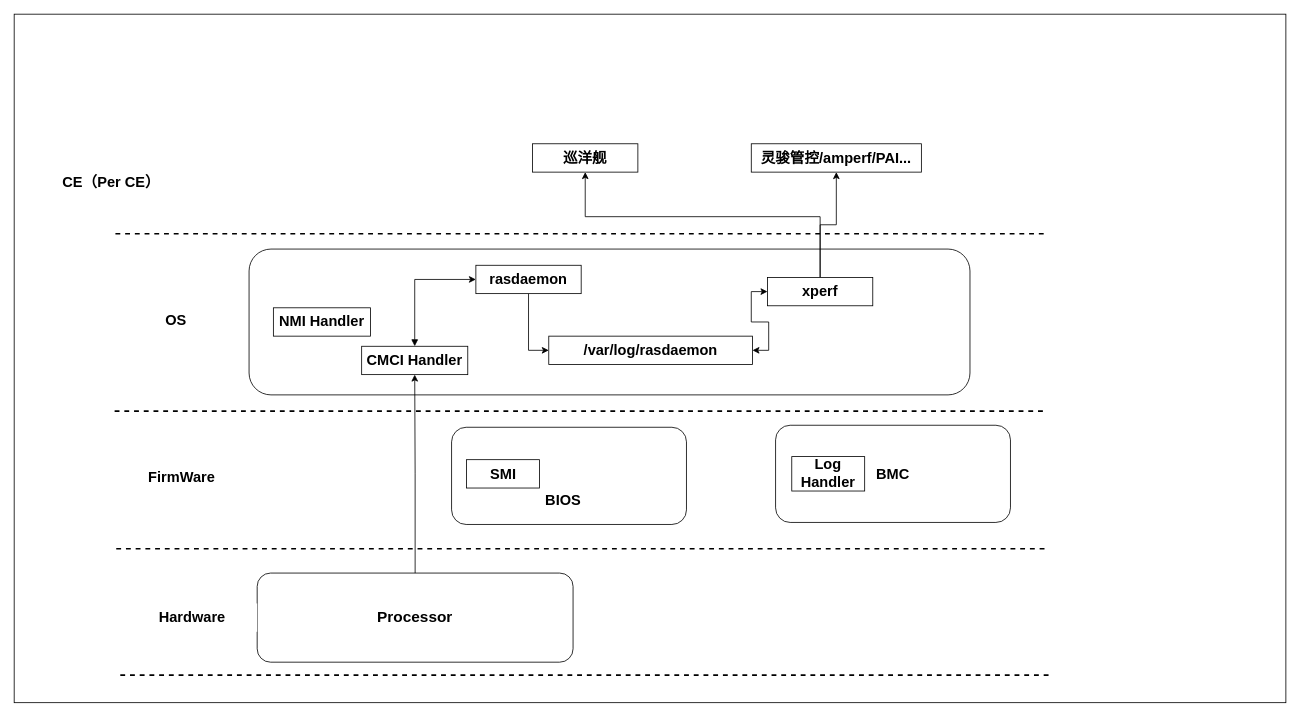
wbzzx-bb/wb-linux keeps this draw.io diagram as page "第 2 页" (2 of 2) of ras.drawio. Above is the earlier version. Source tidied: cells renumbered, new cells numbered last; positions are measured from the earlier drawing's top-left corner, leaving out a move shared by most shapes. Both pictures are drawn from the tidied source at 81%, with x=0, y=0 at pixel (14, 14).
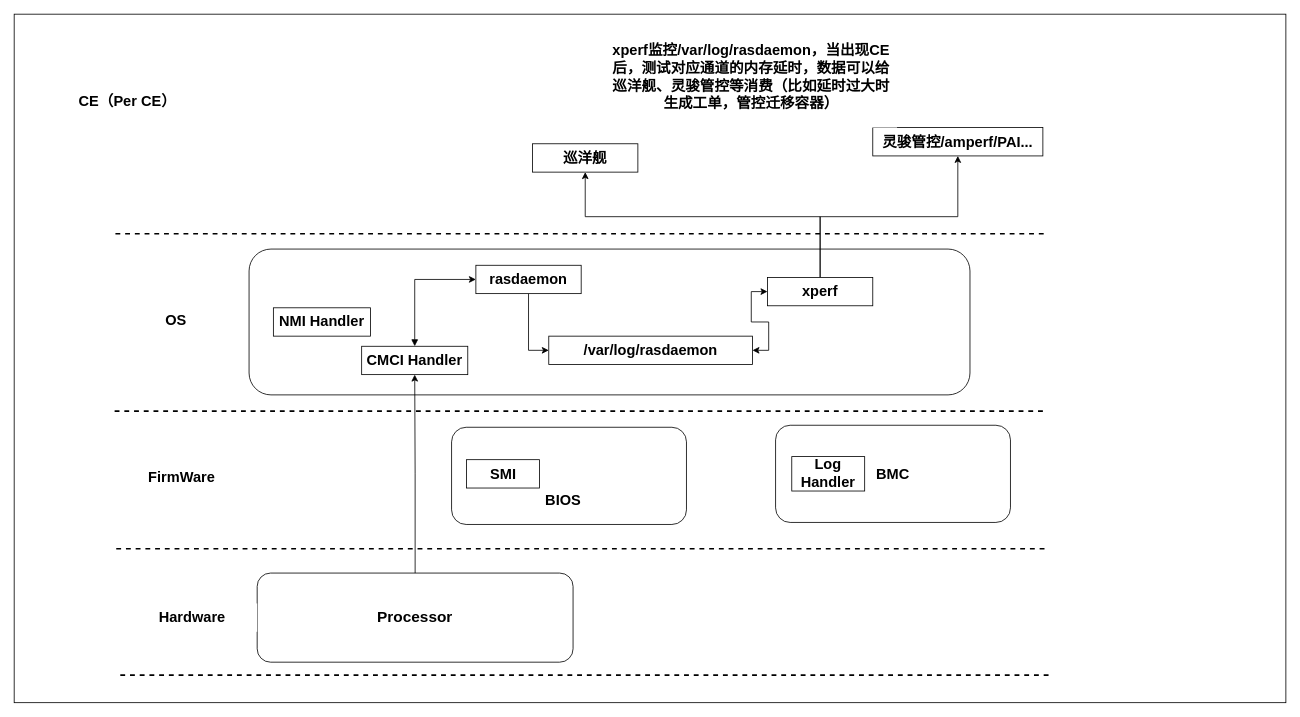
The same page after the edit.

Change to the diagram source:
```diff
@@
     <mxCell id="15" value="&lt;b&gt;&lt;font style=&quot;font-size: 18px;&quot;&gt;CE（Per CE）&lt;/font&gt;&lt;/b&gt;" style="rounded=0;whiteSpace=wrap;html=1;strokeColor=none;" parent="1" vertex="1">
-      <mxGeometry x="40" y="190" width="160" height="35" as="geometry" />
+      <mxGeometry x="60" y="90" width="160" height="35" as="geometry" />
     </mxCell>
@@
     <mxCell id="30" value="&lt;span style=&quot;font-size: 18px;&quot;&gt;&lt;b&gt;灵骏管控/amperf/PAI...&lt;/b&gt;&lt;/span&gt;" style="rounded=0;whiteSpace=wrap;html=1;" parent="1" vertex="1">
-      <mxGeometry x="910" y="160" width="210" height="35" as="geometry" />
+      <mxGeometry x="1060" y="140" width="210" height="35" as="geometry" />
     </mxCell>
+    <mxCell id="31" value="&lt;b&gt;&lt;font style=&quot;font-size: 18px;&quot;&gt;xperf监控/var/log/rasdaemon，当出现CE后，测试对应通道的内存延时，数据可以给巡洋舰、灵骏管控等消费（比如延时过大时生成工单，管控迁移容器）&lt;/font&gt;&lt;/b&gt;" style="rounded=0;whiteSpace=wrap;html=1;strokeColor=none;" parent="1" vertex="1">
+      <mxGeometry x="730" y="15" width="360" height="125" as="geometry" />
+    </mxCell>
```
